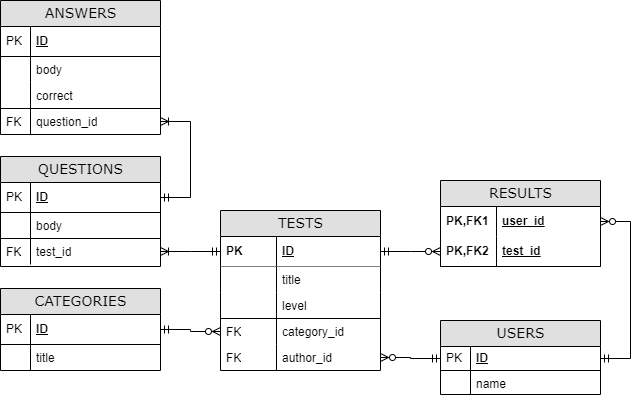
skvortsovvg/TestGuru keeps this draw.io diagram as public/Untitled Diagram.drawio.png. Above is the earlier version. Source tidied: cells renumbered, new cells last; positions are measured from the earlier drawing's top-left corner, leaving out a move shared by most shapes.
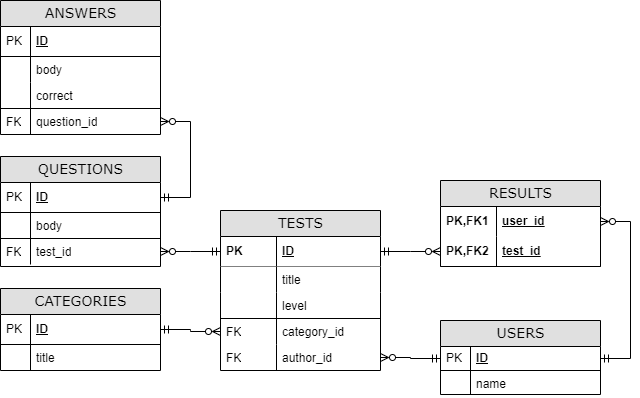
The same file after the commit.

Diff of the diagram source:
```diff
@@ -137,13 +137,13 @@
     <mxCell id="46" style="edgeStyle=entityRelationEdgeStyle;fontSize=12;html=1;endArrow=ERzeroToMany;rounded=0;startArrow=ERmandOne;startFill=0;endFill=0;" parent="1" edge="1" source="40" target="9">
       <mxGeometry relative="1" as="geometry" />
     </mxCell>
-    <mxCell id="47" style="edgeStyle=entityRelationEdgeStyle;fontSize=12;html=1;endArrow=ERoneToMany;rounded=0;endFill=0;startArrow=ERmandOne;startFill=0;" parent="1" edge="1" source="3" target="23">
+    <mxCell id="47" style="edgeStyle=entityRelationEdgeStyle;fontSize=12;html=1;endArrow=ERzeroToMany;rounded=0;endFill=0;startArrow=ERmandOne;startFill=0;" parent="1" edge="1" source="3" target="23">
       <mxGeometry relative="1" as="geometry" />
     </mxCell>
     <mxCell id="48" style="edgeStyle=entityRelationEdgeStyle;fontSize=12;html=1;endArrow=ERzeroToMany;startArrow=ERmandOne;rounded=0;endFill=0;startFill=0;" parent="1" edge="1" source="3" target="37">
       <mxGeometry relative="1" as="geometry" />
     </mxCell>
-    <mxCell id="49" style="edgeStyle=entityRelationEdgeStyle;fontSize=12;html=1;endArrow=ERoneToMany;rounded=0;endFill=0;startArrow=ERmandOne;startFill=0;" parent="1" edge="1" source="19" target="32">
+    <mxCell id="49" style="edgeStyle=entityRelationEdgeStyle;fontSize=12;html=1;endArrow=ERzeroToMany;rounded=0;endFill=0;startArrow=ERmandOne;startFill=0;" parent="1" edge="1" source="19" target="32">
       <mxGeometry relative="1" as="geometry" />
     </mxCell>
   </root>
```
